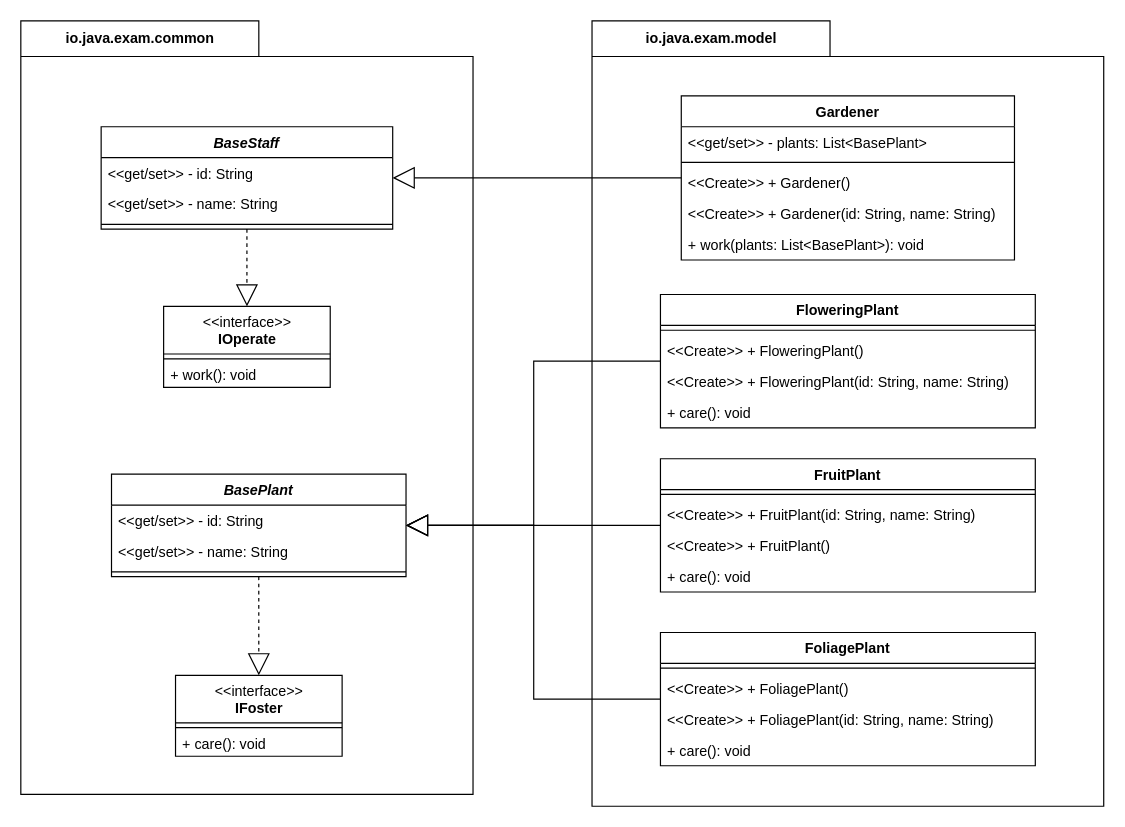
Above: java-exam-2022-2023-01/程序设计-多态 例题.drawio in eric-gitta-moore/drawio (draw.io), before the change. Source tidied: cells renumbered, new cells numbered last; positions are measured from the earlier drawing's top-left corner, leaving out a move shared by most shapes. Both pictures are drawn from the tidied source at 119%, with x=0, y=0 at pixel (20, 20).
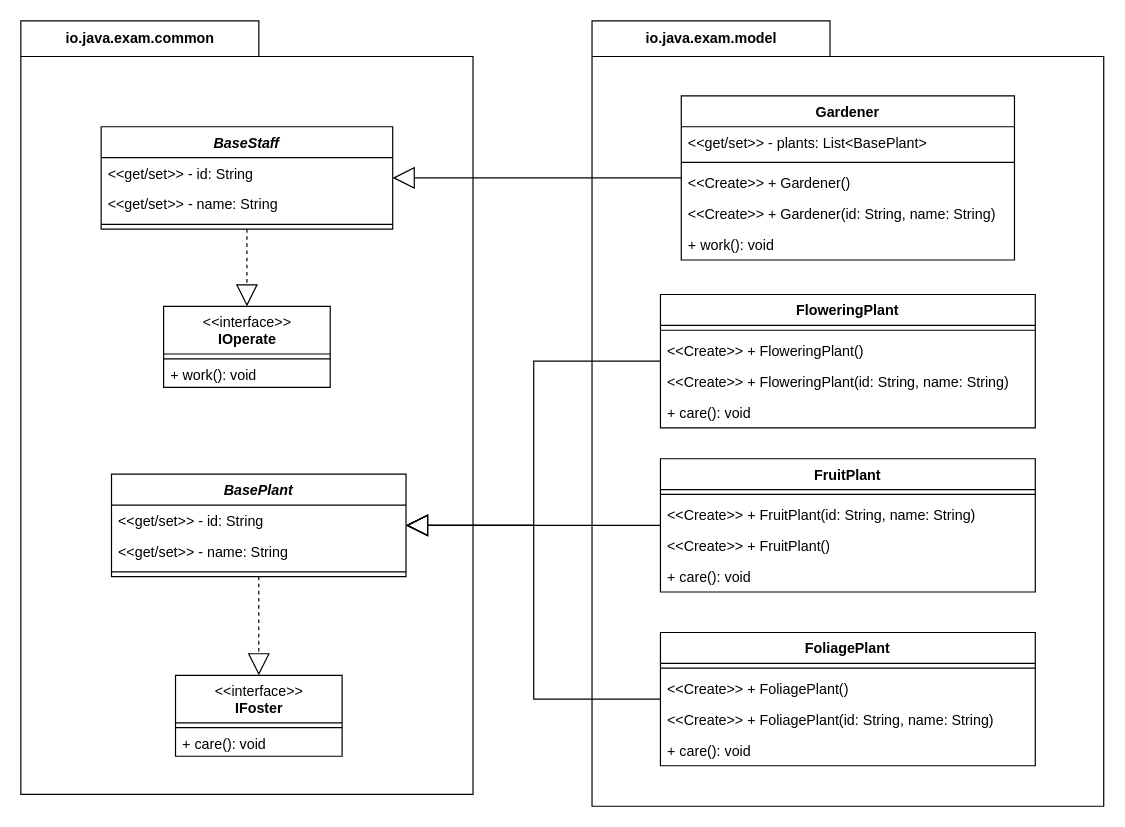
The same diagram, later.

Commit message:
更新程序设计-多态 例题.drawio

Unchanged cells that the change refers to:
```xml
<mxCell id="20" value="Gardener" style="swimlane;fontStyle=1;align=center;verticalAlign=top;horizontal=1;startSize=26;" parent="19" vertex="1">
  <mxGeometry x="75" y="63" width="280" height="138" as="geometry" />
</mxCell>
```

What changed in the source:
```diff
@@
-    <mxCell id="25" value="+ work(plants: List&lt;BasePlant&gt;): void" style="text;strokeColor=none;fillColor=none;align=left;verticalAlign=top;spacingLeft=4;spacingRight=4;overflow=hidden;" parent="20" vertex="1">
+    <mxCell id="25" value="+ work(): void" style="text;strokeColor=none;fillColor=none;align=left;verticalAlign=top;spacingLeft=4;spacingRight=4;overflow=hidden;" parent="20" vertex="1">
       <mxGeometry y="112" width="280" height="26" as="geometry" />
     </mxCell>
```
